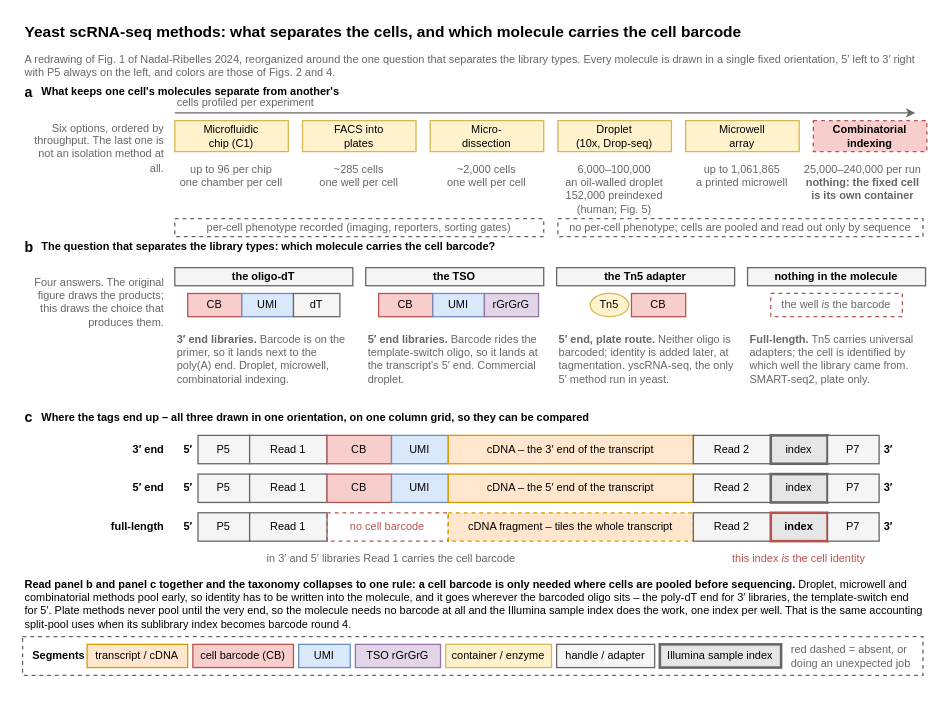
Earlier version of the draw.io diagram notes/assets/drawio/scrnaseq-method-taxonomy.drawio (Mjvolk3/torchcell). Source tidied: cells renumbered, new cells numbered last; positions are measured from the earlier drawing's top-left corner, leaving out a move shared by most shapes. Both pictures are drawn from the tidied source at 129%, with x=0, y=0 at pixel (22, 22).
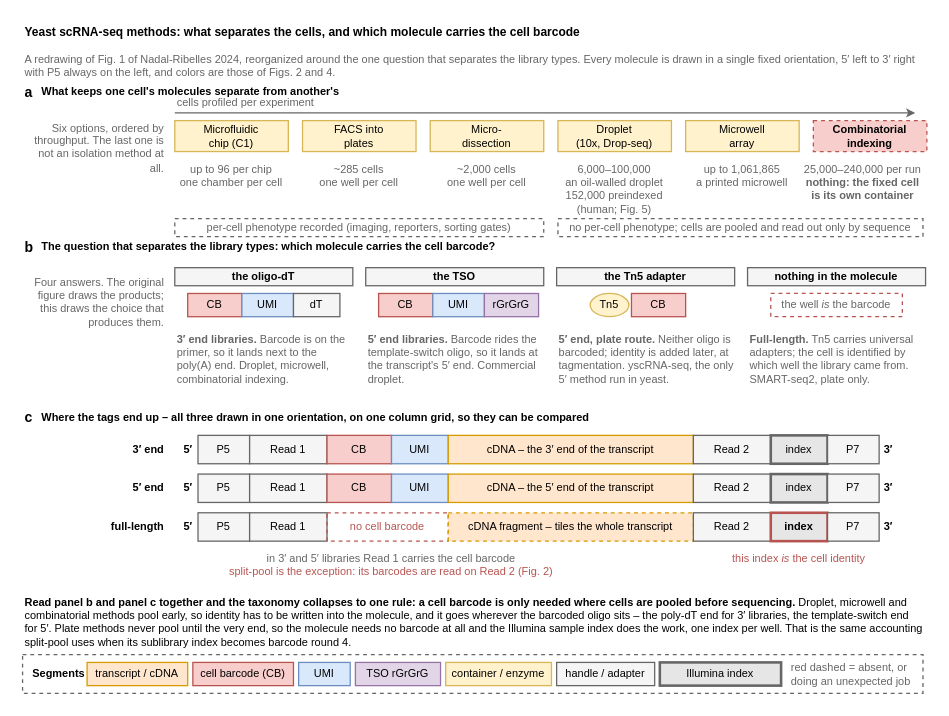
After the change.

The edit, as a diff of the source:
```diff
@@
-    <mxCell id="2" value="Yeast scRNA-seq methods: what separates the cells, and which molecule carries the cell barcode" style="text;html=1;whiteSpace=wrap;align=left;verticalAlign=middle;fontFamily=Arial;fontSize=12;fontStyle=1;" parent="1" vertex="1">
+    <mxCell id="2" value="Yeast scRNA-seq methods: what separates the cells, and which molecule carries the cell barcode" style="text;html=1;whiteSpace=wrap;align=left;verticalAlign=middle;fontFamily=Arial;fontSize=9.3;fontStyle=1;" parent="1" vertex="1">
       <mxGeometry width="698" height="15" as="geometry" />
     </mxCell>
@@
-    <mxCell id="4" value="a" style="text;html=1;whiteSpace=wrap;align=left;verticalAlign=middle;fontFamily=Arial;fontSize=11;fontStyle=1;" parent="1" vertex="1">
+    <mxCell id="4" value="a" style="text;html=1;whiteSpace=wrap;align=left;verticalAlign=middle;fontFamily=Arial;fontSize=10.9;fontStyle=1;" parent="1" vertex="1">
       <mxGeometry y="48" width="10" height="12" as="geometry" />
     </mxCell>
@@
-    <mxCell id="23" value="b" style="text;html=1;whiteSpace=wrap;align=left;verticalAlign=middle;fontFamily=Arial;fontSize=11;fontStyle=1;" parent="1" vertex="1">
+    <mxCell id="23" value="b" style="text;html=1;whiteSpace=wrap;align=left;verticalAlign=middle;fontFamily=Arial;fontSize=10.9;fontStyle=1;" parent="1" vertex="1">
       <mxGeometry y="168" width="10" height="12" as="geometry" />
     </mxCell>
@@
-    <mxCell id="43" value="c" style="text;html=1;whiteSpace=wrap;align=left;verticalAlign=middle;fontFamily=Arial;fontSize=11;fontStyle=1;" parent="1" vertex="1">
+    <mxCell id="43" value="c" style="text;html=1;whiteSpace=wrap;align=left;verticalAlign=middle;fontFamily=Arial;fontSize=10.9;fontStyle=1;" parent="1" vertex="1">
       <mxGeometry y="300" width="10" height="12" as="geometry" />
     </mxCell>
@@
-    <mxCell id="78" value="in 3′ and 5′ libraries Read 1 carries the cell barcode" style="text;html=1;whiteSpace=wrap;align=center;verticalAlign=top;fontFamily=Arial;fontSize=8.5;fontColor=#666666;" parent="1" vertex="1">
-      <mxGeometry x="176" y="404" width="220" height="11" as="geometry" />
+    <mxCell id="78" value="in 3′ and 5′ libraries Read 1 carries the cell barcode&lt;br&gt;&lt;font color=&quot;#B85450&quot;&gt;split-pool is the exception: its barcodes are read on Read 2 (Fig. 2)&lt;/font&gt;" style="text;html=1;whiteSpace=wrap;align=center;verticalAlign=top;fontFamily=Arial;fontSize=8.5;fontColor=#666666;" parent="1" vertex="1">
+      <mxGeometry x="126" y="404" width="320" height="24" as="geometry" />
     </mxCell>
     <mxCell id="79" value="&lt;b&gt;Read panel b and panel c together and the taxonomy collapses to one rule: a cell barcode is only needed where cells are pooled before sequencing.&lt;/b&gt; Droplet, microwell and combinatorial methods pool early, so identity has to be written into the molecule, and it goes wherever the barcoded oligo sits – the poly-dT end for 3′ libraries, the template-switch end for 5′. Plate methods never pool until the very end, so the molecule needs no barcode at all and the Illumina sample index does the work, one index per well. That is the same accounting split-pool uses when its sublibrary index becomes barcode round 4." style="text;html=1;whiteSpace=wrap;align=left;verticalAlign=top;fontFamily=Arial;fontSize=8.5;" parent="1" vertex="1">
-      <mxGeometry y="424" width="698" height="46" as="geometry" />
+      <mxGeometry y="438" width="698" height="46" as="geometry" />
     </mxCell>
     <mxCell id="80" style="rounded=0;whiteSpace=wrap;html=1;fillColor=none;strokeColor=#666666;dashed=1;" parent="1" vertex="1">
-      <mxGeometry y="476" width="698" height="30" as="geometry" />
+      <mxGeometry y="490" width="698" height="30" as="geometry" />
     </mxCell>
     <mxCell id="81" value="Segments" style="text;html=1;whiteSpace=wrap;align=left;verticalAlign=middle;fontFamily=Arial;fontSize=8.5;fontStyle=1;" parent="1" vertex="1">
-      <mxGeometry x="6" y="482" width="40" height="18" as="geometry" />
+      <mxGeometry x="6" y="496" width="40" height="18" as="geometry" />
     </mxCell>
     <mxCell id="82" value="transcript / cDNA" style="rounded=0;whiteSpace=wrap;html=1;fillColor=#FFE6CC;strokeColor=#D79B00;fontFamily=Arial;fontSize=8.5;" parent="1" vertex="1">
-      <mxGeometry x="50" y="482" width="78" height="18" as="geometry" />
+      <mxGeometry x="50" y="496" width="78" height="18" as="geometry" />
     </mxCell>
     <mxCell id="83" value="cell barcode (CB)" style="rounded=0;whiteSpace=wrap;html=1;fillColor=#F8CECC;strokeColor=#B85450;fontFamily=Arial;fontSize=8.5;" parent="1" vertex="1">
-      <mxGeometry x="132" y="482" width="78" height="18" as="geometry" />
+      <mxGeometry x="132" y="496" width="78" height="18" as="geometry" />
     </mxCell>
     <mxCell id="84" value="UMI" style="rounded=0;whiteSpace=wrap;html=1;fillColor=#DAE8FC;strokeColor=#6C8EBF;fontFamily=Arial;fontSize=8.5;" parent="1" vertex="1">
-      <mxGeometry x="214" y="482" width="40" height="18" as="geometry" />
+      <mxGeometry x="214" y="496" width="40" height="18" as="geometry" />
     </mxCell>
     <mxCell id="85" value="TSO rGrGrG" style="rounded=0;whiteSpace=wrap;html=1;fillColor=#E1D5E7;strokeColor=#9673A6;fontFamily=Arial;fontSize=8.5;" parent="1" vertex="1">
-      <mxGeometry x="258" y="482" width="66" height="18" as="geometry" />
+      <mxGeometry x="258" y="496" width="66" height="18" as="geometry" />
     </mxCell>
     <mxCell id="86" value="container / enzyme" style="rounded=0;whiteSpace=wrap;html=1;fillColor=#FFF2CC;strokeColor=#D6B656;fontFamily=Arial;fontSize=8.5;" parent="1" vertex="1">
-      <mxGeometry x="328" y="482" width="82" height="18" as="geometry" />
+      <mxGeometry x="328" y="496" width="82" height="18" as="geometry" />
     </mxCell>
     <mxCell id="87" value="handle / adapter" style="rounded=0;whiteSpace=wrap;html=1;fillColor=#F5F5F5;strokeColor=#666666;fontFamily=Arial;fontSize=8.5;" parent="1" vertex="1">
-      <mxGeometry x="414" y="482" width="76" height="18" as="geometry" />
+      <mxGeometry x="414" y="496" width="76" height="18" as="geometry" />
     </mxCell>
-    <mxCell id="88" value="Illumina sample index" style="rounded=0;whiteSpace=wrap;html=1;fillColor=#E6E6E6;strokeColor=#666666;strokeWidth=2;fontFamily=Arial;fontSize=8.5;" parent="1" vertex="1">
-      <mxGeometry x="494" y="482" width="94" height="18" as="geometry" />
+    <mxCell id="88" value="Illumina index" style="rounded=0;whiteSpace=wrap;html=1;fillColor=#E6E6E6;strokeColor=#666666;strokeWidth=2;fontFamily=Arial;fontSize=8.5;" parent="1" vertex="1">
+      <mxGeometry x="494" y="496" width="94" height="18" as="geometry" />
     </mxCell>
     <mxCell id="89" value="red dashed = absent, or doing an unexpected job" style="text;html=1;whiteSpace=wrap;align=left;verticalAlign=middle;fontFamily=Arial;fontSize=8.5;fontColor=#666666;" parent="1" vertex="1">
-      <mxGeometry x="594" y="482" width="100" height="18" as="geometry" />
+      <mxGeometry x="594" y="496" width="100" height="18" as="geometry" />
     </mxCell>
```
